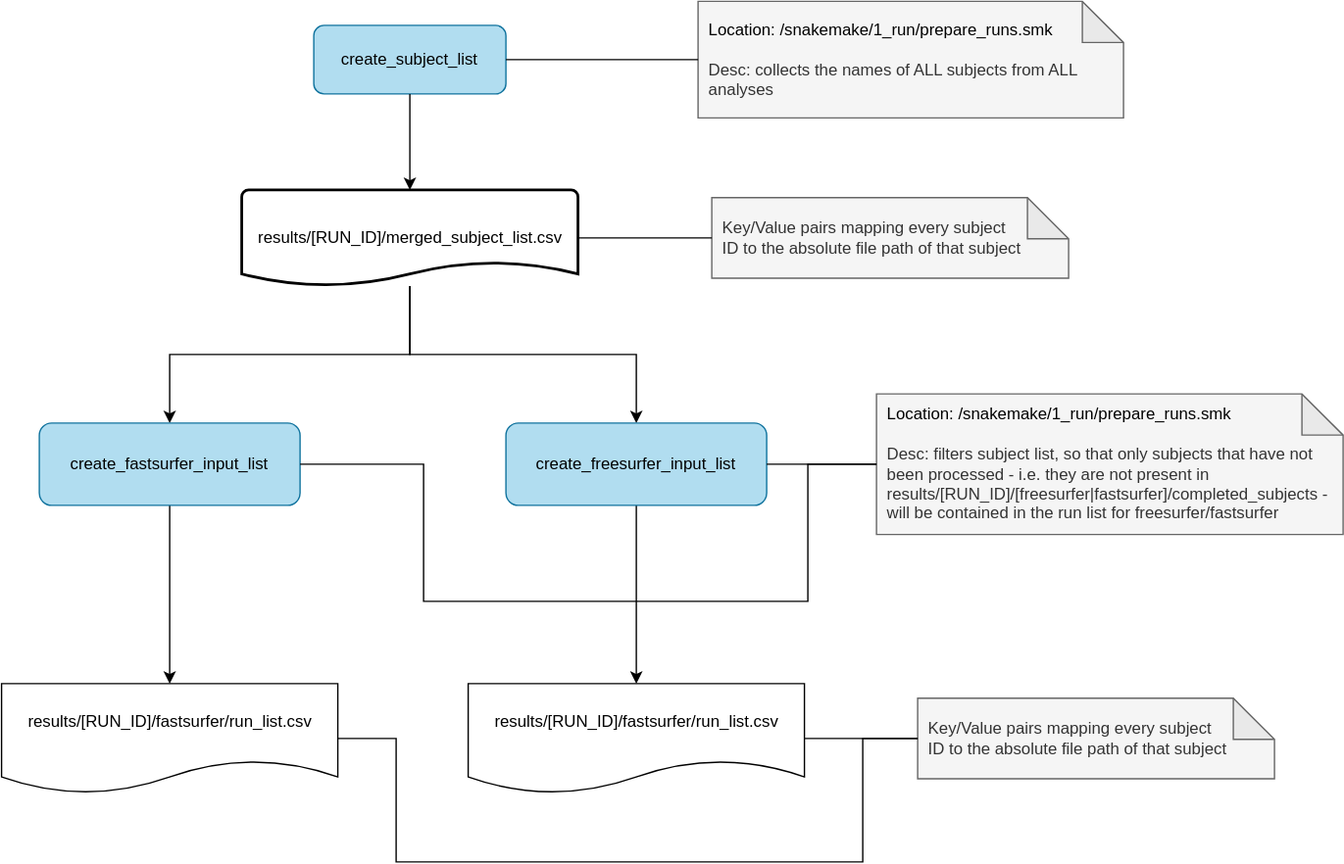
hensing1/fastsurfer_validation_doc keeps this draw.io diagram as Fastsurfer_Validation.drawio.svg. Above is the earlier version. Source tidied: cells renumbered, new cells last; positions are measured from the earlier drawing's top-left corner, leaving out a move shared by most shapes.
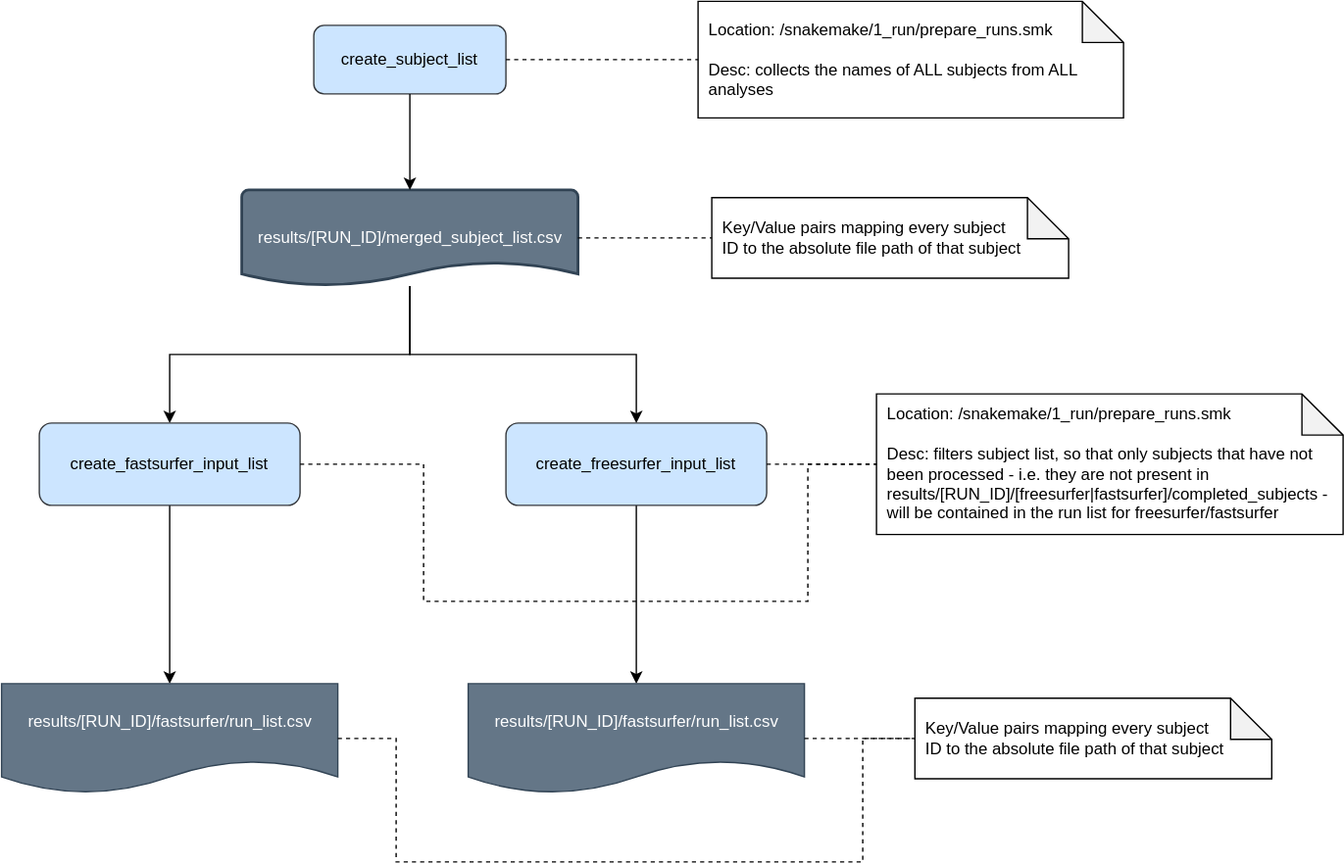
Above is the later version.

The edit, as a diff of the source:
```diff
@@ -1,4 +1,4 @@
-<mxGraphModel>
+<mxGraphModel background="light-dark(#FFFFFF,#1F1F1F)">
   <root>
     <mxCell id="0" />
     <mxCell id="1" parent="0" />
@@ -8,43 +8,43 @@
     <mxCell id="3" style="edgeStyle=orthogonalEdgeStyle;rounded=0;jettySize=auto;html=1;entryX=0.5;entryY=0;entryDx=0;entryDy=0;" parent="1" edge="1" source="4" target="12">
       <mxGeometry relative="1" as="geometry" />
     </mxCell>
-    <mxCell id="4" value="results/[RUN_ID]/merged_subject_list.csv" style="strokeWidth=2;html=1;shape=mxgraph.flowchart.document2;whiteSpace=wrap;size=0.25;" parent="1" vertex="1">
+    <mxCell id="4" value="results/[RUN_ID]/merged_subject_list.csv" style="strokeWidth=2;html=1;shape=mxgraph.flowchart.document2;whiteSpace=wrap;size=0.25;fillColor=#647687;strokeColor=#314354;fillStyle=auto;fontColor=#ffffff;" parent="1" vertex="1">
       <mxGeometry x="175.5" y="138" width="245" height="70" as="geometry" />
     </mxCell>
-    <mxCell id="5" value="create_subject_list" style="rounded=1;whiteSpace=wrap;html=1;fillColor=#b1ddf0;strokeColor=#10739e;" parent="1" vertex="1">
+    <mxCell id="5" value="create_subject_list" style="rounded=1;whiteSpace=wrap;html=1;fillColor=#cce5ff;strokeColor=#36393d;" parent="1" vertex="1">
       <mxGeometry x="228" y="18" width="140" height="50" as="geometry" />
     </mxCell>
     <mxCell id="6" style="edgeStyle=orthogonalEdgeStyle;rounded=0;jettySize=auto;html=1;exitX=0.5;exitY=1;exitDx=0;exitDy=0;entryX=0.5;entryY=0;entryDx=0;entryDy=0;entryPerimeter=0;" parent="1" edge="1" source="5" target="4">
       <mxGeometry relative="1" as="geometry" />
     </mxCell>
-    <mxCell id="7" value="&lt;div style=&quot;&quot;&gt;&lt;span style=&quot;background-color: transparent; color: light-dark(rgb(0, 0, 0), rgb(255, 255, 255));&quot;&gt;Location: /snakemake/1_run/prepare_runs.smk&lt;/span&gt;&lt;/div&gt;&lt;div style=&quot;&quot;&gt;&lt;span style=&quot;&quot;&gt;&lt;br&gt;&lt;/span&gt;&lt;/div&gt;&lt;div style=&quot;&quot;&gt;&lt;span style=&quot;&quot;&gt;Desc: collects the names of ALL subjects from ALL analyses&lt;/span&gt;&lt;span style=&quot;&quot;&gt;&lt;/span&gt;&lt;/div&gt;" style="shape=note;whiteSpace=wrap;html=1;backgroundOutline=1;darkOpacity=0.05;align=left;spacingLeft=6;fillColor=#f5f5f5;fontColor=#333333;strokeColor=#666666;" parent="1" vertex="1">
+    <mxCell id="7" value="&lt;div style=&quot;&quot;&gt;&lt;span style=&quot;background-color: transparent;&quot;&gt;Location: /snakemake/1_run/prepare_runs.smk&lt;/span&gt;&lt;/div&gt;&lt;div style=&quot;&quot;&gt;&lt;span style=&quot;&quot;&gt;&lt;br&gt;&lt;/span&gt;&lt;/div&gt;&lt;div style=&quot;&quot;&gt;&lt;span style=&quot;&quot;&gt;Desc: collects the names of ALL subjects from ALL analyses&lt;/span&gt;&lt;span style=&quot;&quot;&gt;&lt;/span&gt;&lt;/div&gt;" style="shape=note;whiteSpace=wrap;html=1;backgroundOutline=1;darkOpacity=0.05;align=left;spacingLeft=6;fillColor=none;" parent="1" vertex="1">
       <mxGeometry x="508" y="0.5" width="310" height="85" as="geometry" />
     </mxCell>
-    <mxCell id="8" style="endArrow=none;html=1;rounded=0;entryX=0;entryY=0.5;entryDx=0;entryDy=0;entryPerimeter=0;exitX=1;exitY=0.5;exitDx=0;exitDy=0;" parent="1" edge="1" source="5" target="7">
+    <mxCell id="8" style="endArrow=none;html=1;rounded=0;entryX=0;entryY=0.5;entryDx=0;entryDy=0;entryPerimeter=0;exitX=1;exitY=0.5;exitDx=0;exitDy=0;strokeColor=light-dark(#000000,#A8A8A8);dashed=1;" parent="1" edge="1" source="5" target="7">
       <mxGeometry relative="1" as="geometry" />
     </mxCell>
     <mxCell id="9" style="edgeStyle=orthogonalEdgeStyle;rounded=0;jettySize=auto;html=1;entryX=0.5;entryY=0;entryDx=0;entryDy=0;" parent="1" edge="1" source="10" target="18">
       <mxGeometry relative="1" as="geometry" />
     </mxCell>
-    <mxCell id="10" value="create_fastsurfer_input_list" style="rounded=1;whiteSpace=wrap;html=1;fillColor=#b1ddf0;strokeColor=#10739e;" parent="1" vertex="1">
+    <mxCell id="10" value="create_fastsurfer_input_list" style="rounded=1;whiteSpace=wrap;html=1;fillColor=#cce5ff;strokeColor=#36393d;" parent="1" vertex="1">
       <mxGeometry x="28" y="308" width="190" height="60" as="geometry" />
     </mxCell>
     <mxCell id="11" style="edgeStyle=orthogonalEdgeStyle;rounded=0;jettySize=auto;html=1;entryX=0.5;entryY=0;entryDx=0;entryDy=0;" parent="1" edge="1" source="12" target="19">
       <mxGeometry relative="1" as="geometry" />
     </mxCell>
-    <mxCell id="12" value="create_freesurfer&lt;span style=&quot;background-color: transparent; color: light-dark(rgb(0, 0, 0), rgb(255, 255, 255));&quot;&gt;_input_list&lt;/span&gt;" style="rounded=1;whiteSpace=wrap;html=1;fillColor=#b1ddf0;strokeColor=#10739e;" parent="1" vertex="1">
+    <mxCell id="12" value="create_freesurfer&lt;span style=&quot;background-color: transparent; color: light-dark(rgb(0, 0, 0), rgb(255, 255, 255));&quot;&gt;_input_list&lt;/span&gt;" style="rounded=1;whiteSpace=wrap;html=1;fillColor=#cce5ff;strokeColor=#36393d;" parent="1" vertex="1">
       <mxGeometry x="368" y="308" width="190" height="60" as="geometry" />
     </mxCell>
-    <mxCell id="13" value="&lt;div style=&quot;&quot;&gt;&lt;span style=&quot;background-color: transparent; color: light-dark(rgb(0, 0, 0), rgb(255, 255, 255));&quot;&gt;Location: /snakemake/1_run/prepare_runs.smk&lt;/span&gt;&lt;/div&gt;&lt;div style=&quot;&quot;&gt;&lt;span style=&quot;&quot;&gt;&lt;br&gt;&lt;/span&gt;&lt;/div&gt;&lt;div style=&quot;&quot;&gt;&lt;span style=&quot;&quot;&gt;Desc: filters subject list, so that only subjects that have not been processed - i.e. they are not present in results/[RUN_ID]/[freesurfer|fastsurfer]/completed_subjects - will be contained in the run list for freesurfer/fastsurfer&lt;/span&gt;&lt;/div&gt;" style="shape=note;whiteSpace=wrap;html=1;backgroundOutline=1;darkOpacity=0.05;align=left;spacingLeft=6;fillColor=#f5f5f5;fontColor=#333333;strokeColor=#666666;" parent="1" vertex="1">
+    <mxCell id="13" value="&lt;div style=&quot;&quot;&gt;&lt;span style=&quot;background-color: transparent;&quot;&gt;Location: /snakemake/1_run/prepare_runs.smk&lt;/span&gt;&lt;/div&gt;&lt;div style=&quot;&quot;&gt;&lt;span style=&quot;&quot;&gt;&lt;br&gt;&lt;/span&gt;&lt;/div&gt;&lt;div style=&quot;&quot;&gt;&lt;span style=&quot;&quot;&gt;Desc: filters subject list, so that only subjects that have not been processed - i.e. they are not present in results/[RUN_ID]/[freesurfer|fastsurfer]/completed_subjects - will be contained in the run list for freesurfer/fastsurfer&lt;/span&gt;&lt;/div&gt;" style="shape=note;whiteSpace=wrap;html=1;backgroundOutline=1;darkOpacity=0.05;align=left;spacingLeft=6;fillColor=none;" parent="1" vertex="1">
       <mxGeometry x="638" y="286.8" width="340" height="102.5" as="geometry" />
     </mxCell>
-    <mxCell id="14" value="&lt;div style=&quot;&quot;&gt;Key/Value pairs mapping every subject ID to the absolute file path of that subject&lt;/div&gt;" style="shape=note;whiteSpace=wrap;html=1;backgroundOutline=1;darkOpacity=0.05;align=left;spacingLeft=6;spacingRight=31;fillColor=#f5f5f5;fontColor=#333333;strokeColor=#666666;" parent="1" vertex="1">
+    <mxCell id="14" value="&lt;div style=&quot;&quot;&gt;Key/Value pairs mapping every subject ID to the absolute file path of that subject&lt;/div&gt;" style="shape=note;whiteSpace=wrap;html=1;backgroundOutline=1;darkOpacity=0.05;align=left;spacingLeft=6;spacingRight=31;fillColor=none;" parent="1" vertex="1">
       <mxGeometry x="518" y="143.6" width="260" height="58.8" as="geometry" />
     </mxCell>
-    <mxCell id="15" style="edgeStyle=orthogonalEdgeStyle;rounded=0;jettySize=auto;html=1;exitX=1;exitY=0.5;exitDx=0;exitDy=0;exitPerimeter=0;entryX=0;entryY=0.5;entryDx=0;entryDy=0;entryPerimeter=0;endArrow=none;startFill=0;" parent="1" edge="1" source="4" target="14">
+    <mxCell id="15" style="edgeStyle=orthogonalEdgeStyle;rounded=0;jettySize=auto;html=1;exitX=1;exitY=0.5;exitDx=0;exitDy=0;exitPerimeter=0;entryX=0;entryY=0.5;entryDx=0;entryDy=0;entryPerimeter=0;endArrow=none;startFill=0;strokeColor=light-dark(#000000,#A8A8A8);dashed=1;" parent="1" edge="1" source="4" target="14">
       <mxGeometry relative="1" as="geometry" />
     </mxCell>
-    <mxCell id="16" style="endArrow=none;html=1;rounded=0;exitX=1;exitY=0.5;exitDx=0;exitDy=0;entryX=0;entryY=0.5;entryDx=0;entryDy=0;entryPerimeter=0;" parent="1" edge="1" source="10" target="13">
+    <mxCell id="16" style="endArrow=none;html=1;rounded=0;exitX=1;exitY=0.5;exitDx=0;exitDy=0;entryX=0;entryY=0.5;entryDx=0;entryDy=0;entryPerimeter=0;strokeColor=light-dark(#000000,#A8A8A8);dashed=1;" parent="1" edge="1" source="10" target="13">
       <mxGeometry relative="1" as="geometry">
         <Array as="points">
           <mxPoint x="308" y="338" />
@@ -54,22 +54,22 @@
         </Array>
       </mxGeometry>
     </mxCell>
-    <mxCell id="17" style="endArrow=none;html=1;rounded=0;exitX=1;exitY=0.5;exitDx=0;exitDy=0;entryX=0;entryY=0.5;entryDx=0;entryDy=0;entryPerimeter=0;" parent="1" edge="1" source="12" target="13">
+    <mxCell id="17" style="endArrow=none;html=1;rounded=0;exitX=1;exitY=0.5;exitDx=0;exitDy=0;entryX=0;entryY=0.5;entryDx=0;entryDy=0;entryPerimeter=0;strokeColor=light-dark(#000000,#A8A8A8);dashed=1;" parent="1" edge="1" source="12" target="13">
       <mxGeometry relative="1" as="geometry" />
     </mxCell>
-    <mxCell id="18" value="results/[RUN_ID]/fastsurfer/run_list.csv" style="shape=document;whiteSpace=wrap;html=1;boundedLbl=1;" parent="1" vertex="1">
+    <mxCell id="18" value="results/[RUN_ID]/fastsurfer/run_list.csv" style="shape=document;whiteSpace=wrap;html=1;boundedLbl=1;fillColor=#647687;strokeColor=#314354;fillStyle=auto;fontColor=#ffffff;" parent="1" vertex="1">
       <mxGeometry x="0.5" y="498" width="245" height="80" as="geometry" />
     </mxCell>
-    <mxCell id="19" value="results/[RUN_ID]/fastsurfer/run_list.csv" style="shape=document;whiteSpace=wrap;html=1;boundedLbl=1;" parent="1" vertex="1">
+    <mxCell id="19" value="results/[RUN_ID]/fastsurfer/run_list.csv" style="shape=document;whiteSpace=wrap;html=1;boundedLbl=1;fillColor=#647687;strokeColor=#314354;fillStyle=auto;fontColor=#ffffff;" parent="1" vertex="1">
       <mxGeometry x="340.5" y="498" width="245" height="80" as="geometry" />
     </mxCell>
-    <mxCell id="20" value="&lt;div style=&quot;&quot;&gt;Key/Value pairs mapping every subject ID to the absolute file path of that subject&lt;/div&gt;" style="shape=note;whiteSpace=wrap;html=1;backgroundOutline=1;darkOpacity=0.05;align=left;spacingLeft=6;spacingRight=31;fillColor=#f5f5f5;fontColor=#333333;strokeColor=#666666;" parent="1" vertex="1">
-      <mxGeometry x="668" y="508.6" width="260" height="58.8" as="geometry" />
+    <mxCell id="20" value="&lt;div style=&quot;&quot;&gt;Key/Value pairs mapping every subject ID to the absolute file path of that subject&lt;/div&gt;" style="shape=note;whiteSpace=wrap;html=1;backgroundOutline=1;darkOpacity=0.05;align=left;spacingLeft=6;spacingRight=31;fillColor=none;" parent="1" vertex="1">
+      <mxGeometry x="666" y="508.6" width="260" height="58.8" as="geometry" />
     </mxCell>
-    <mxCell id="21" style="endArrow=none;html=1;rounded=0;entryX=0;entryY=0.5;entryDx=0;entryDy=0;entryPerimeter=0;exitX=1;exitY=0.5;exitDx=0;exitDy=0;" parent="1" edge="1" source="19" target="20">
+    <mxCell id="21" style="endArrow=none;html=1;rounded=0;entryX=0;entryY=0.5;entryDx=0;entryDy=0;entryPerimeter=0;exitX=1;exitY=0.5;exitDx=0;exitDy=0;strokeColor=light-dark(#000000,#A8A8A8);dashed=1;" parent="1" edge="1" source="19" target="20">
       <mxGeometry relative="1" as="geometry" />
     </mxCell>
-    <mxCell id="22" style="endArrow=none;html=1;rounded=0;exitX=1;exitY=0.5;exitDx=0;exitDy=0;entryX=0;entryY=0.5;entryDx=0;entryDy=0;entryPerimeter=0;" parent="1" edge="1" source="18" target="20">
+    <mxCell id="22" style="endArrow=none;html=1;rounded=0;exitX=1;exitY=0.5;exitDx=0;exitDy=0;entryX=0;entryY=0.5;entryDx=0;entryDy=0;entryPerimeter=0;strokeColor=light-dark(#000000,#A8A8A8);dashed=1;" parent="1" edge="1" source="18" target="20">
       <mxGeometry relative="1" as="geometry">
         <Array as="points">
           <mxPoint x="288" y="538" />
```
